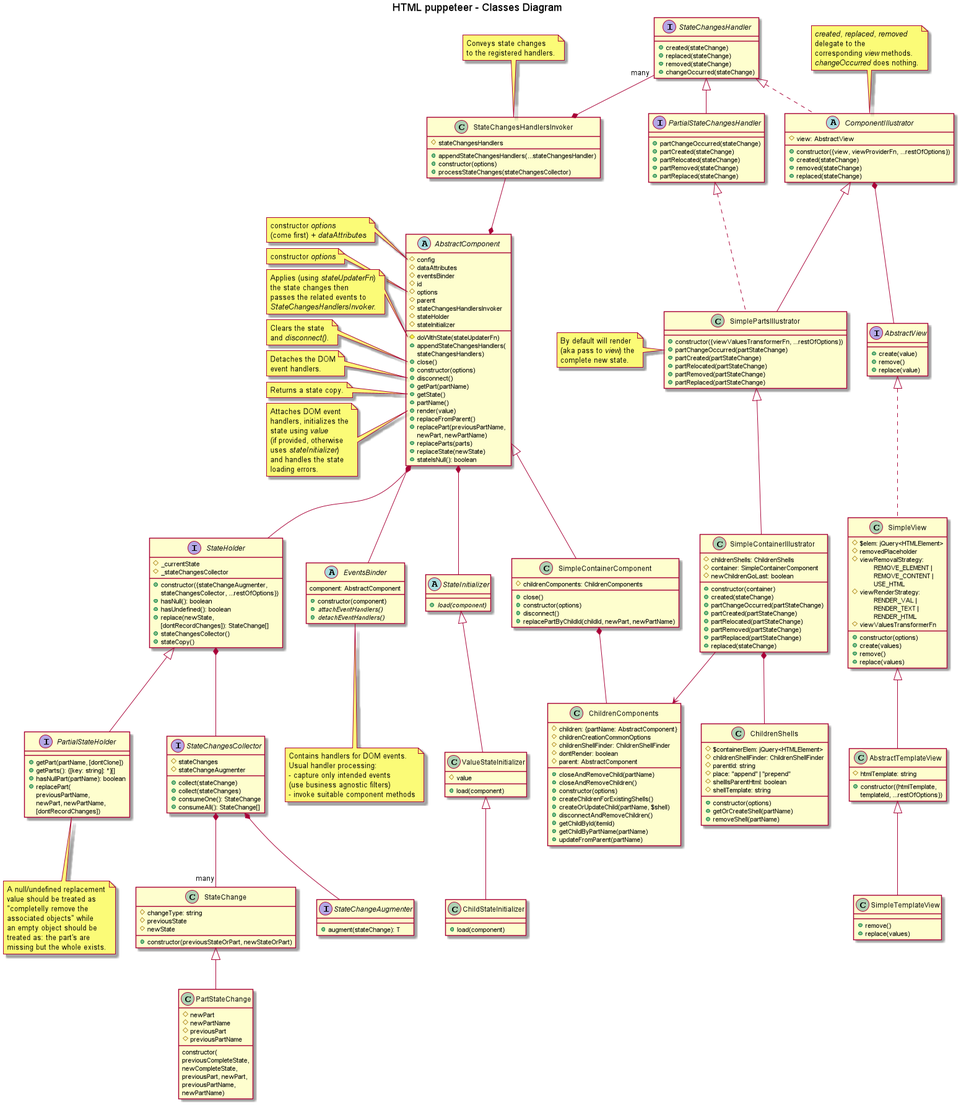
adrhc/html-puppeteer keeps this PlantUML diagram as design/classes-diagram-HTML_puppeteer___Classes_Diagram.png. Above is the earlier version.
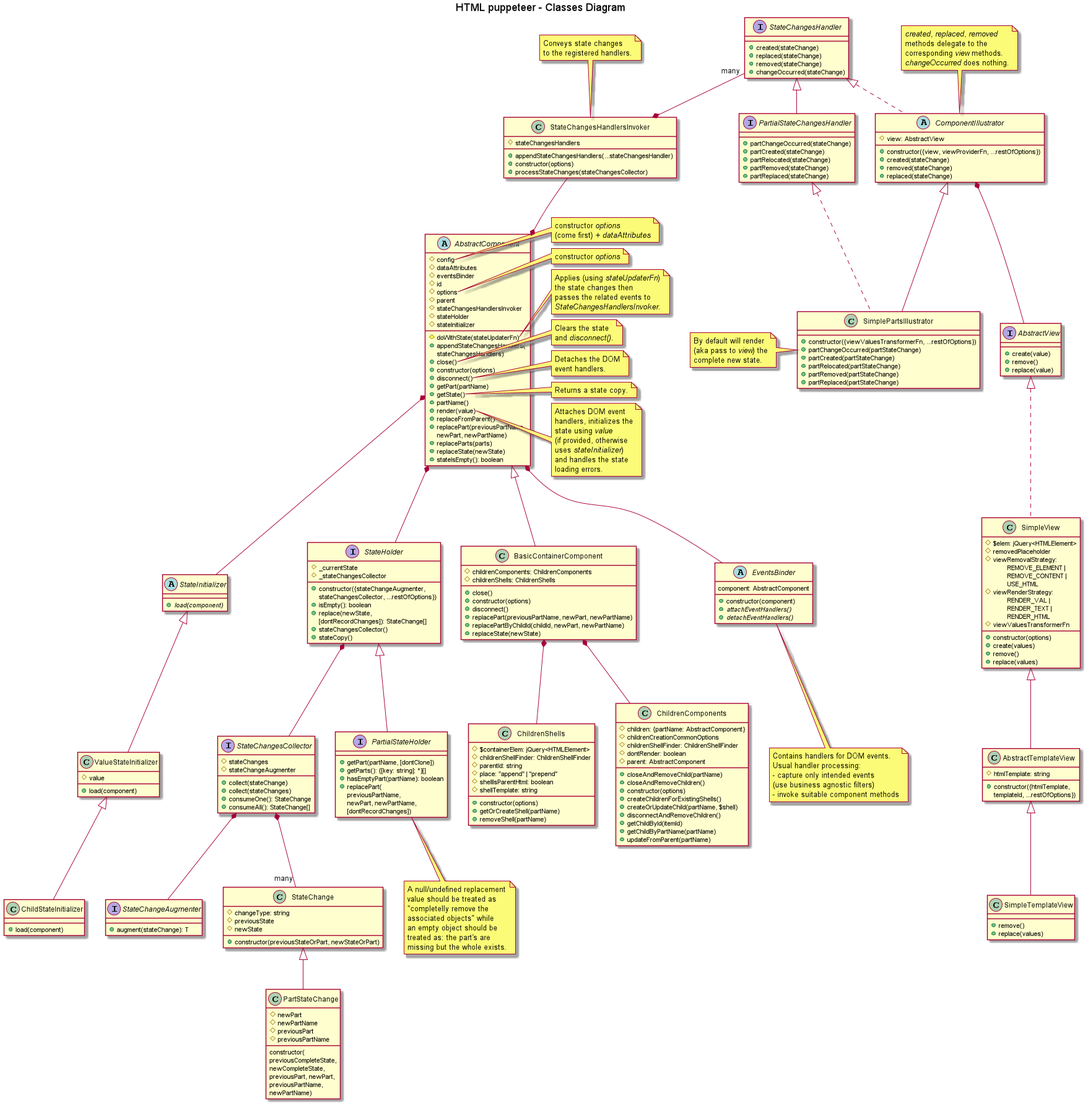
After the change.

Change to the diagram source:
```diff
@@ -25,45 +25,40 @@
   +replacePart(previousPartName, \nnewPart, newPartName)
   +replaceParts(parts)
   +replaceState(newState)
-  +stateIsNull(): boolean
+  +stateIsEmpty(): boolean
 }
 
-
-
-
-
-note left of AbstractComponent::config
+note right of AbstractComponent::config
 constructor <i>options</i>
 (come first) + <i>dataAttributes</i>
 end note
 
-note left of AbstractComponent::options
+note right of AbstractComponent::options
 constructor <i>options</i>
 end note
 
-note left of AbstractComponent::doWithState
+note right of AbstractComponent::doWithState
 Applies (using <i>stateUpdaterFn</i>)
 the state changes then
 passes the related events to
 <i>StateChangesHandlersInvoker</i>.
 end note
 
-note left of AbstractComponent::"close()"
+note right of AbstractComponent::"close()"
 Clears the state
 and <i>disconnect()</i>.
 end note
 
-note left of AbstractComponent::"disconnect()"
+note right of AbstractComponent::"disconnect()"
 Detaches the DOM
 event handlers.
 end note
 
-
-note left of AbstractComponent::getState
+note right of AbstractComponent::getState
 Returns a state copy.
 end note
 
-note left of AbstractComponent::"render(value)"
+note right of AbstractComponent::"render(value)"
 Attaches DOM event
 handlers, initializes the
 state using <i>value</i>
@@ -72,21 +67,6 @@
 and handles the state
 loading errors.
 end note
-
-
-class SimpleContainerIllustrator extends SimplePartsIllustrator {
-#childrenShells: ChildrenShells
-#container: SimpleContainerComponent
-#newChildrenGoLast: boolean
-+constructor(container)
-+created(stateChange)
-+partChangeOccurred(partStateChange)
-+partCreated(partStateChange)
-+partRelocated(partStateChange)
-+partRemoved(partStateChange)
-+partReplaced(partStateChange)
-+replaced(stateChange)
-}
 
 class ChildrenShells {
 #$containerElem: jQuery<HTMLElement>
@@ -116,9 +96,6 @@
 +getChildByPartName(partName)
 +updateFromParent(partName)
 }
-
-SimpleContainerIllustrator -down-> ChildrenComponents
-SimpleContainerIllustrator *-down- ChildrenShells
 
 abstract EventsBinder {
   component: AbstractComponent
@@ -181,8 +158,7 @@
 #_currentState
 #_stateChangesCollector
 +constructor({stateChangeAugmenter,\nstateChangesCollector, ...restOfOptions})
-+hasNull(): boolean
-+hasUndefined(): boolean
++isEmpty(): boolean
 +replace(newState,\n[dontRecordChanges]): StateChange[]
 +stateChangesCollector()
 +stateCopy()
@@ -192,7 +168,7 @@
 interface PartialStateHolder extends StateHolder {
 +getPart(partName, [dontClone])
 +getParts(): {[key: string]: *}[]
-+hasNullPart(partName): boolean
++hasEmptyPart(partName): boolean
 +replacePart(\npreviousPartName, \nnewPart, newPartName, \n[dontRecordChanges])
 }
 
@@ -206,15 +182,19 @@
 missing but the whole exists.
 end note
 
-class SimpleContainerComponent extends AbstractComponent {
-#childrenComponents: ChildrenComponents
-+close()
-+constructor(options)
-+disconnect()
-+replacePartByChildId(childId, newPart, newPartName)
+class BasicContainerComponent extends AbstractComponent {
+  #childrenComponents: ChildrenComponents
+  #childrenShells: ChildrenShells
+  +close()
+  +constructor(options)
+  +disconnect()
+  +replacePart(previousPartName, newPart, newPartName)
+  +replacePartByChildId(childId, newPart, newPartName)
+  +replaceState(newState)
 }
 
-SimpleContainerComponent *-down- ChildrenComponents
+BasicContainerComponent *-- ChildrenComponents
+BasicContainerComponent *-- ChildrenShells
 
 
 interface AbstractView {
@@ -286,7 +266,7 @@
 
 note top of ComponentIllustrator
 <i>created</i>, <i>replaced</i>, <i>removed</i>
-delegate to the
+methods delegate to the
 corresponding <i>view</i> methods.
 <i>changeOccurred</i> does nothing.
 end note
```
